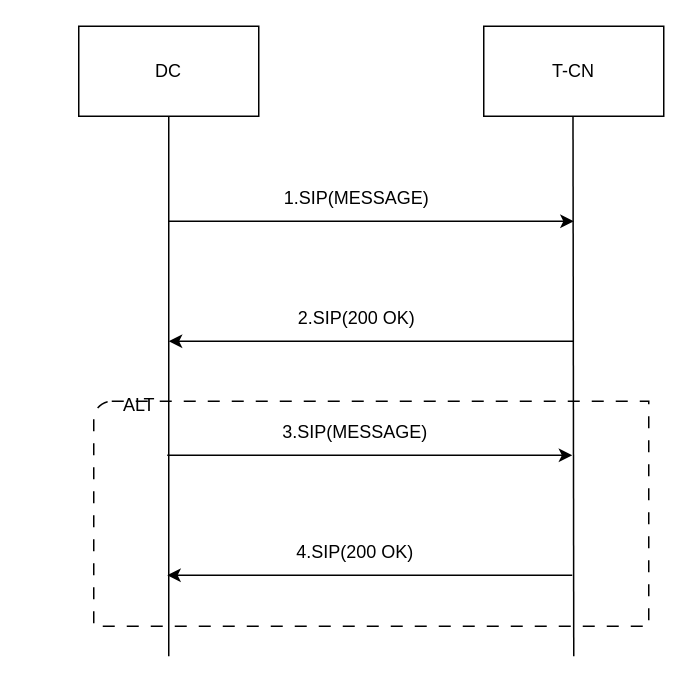
The draw.io diagram ids/动态重组.drawio in flyaonj/flowchart, before the edit. Source tidied: cells renumbered, new cells numbered last; positions are measured from the earlier drawing's top-left corner, leaving out a move shared by most shapes. Both pictures are drawn from the tidied source at 150%, with x=0, y=0 at pixel (78, 26).
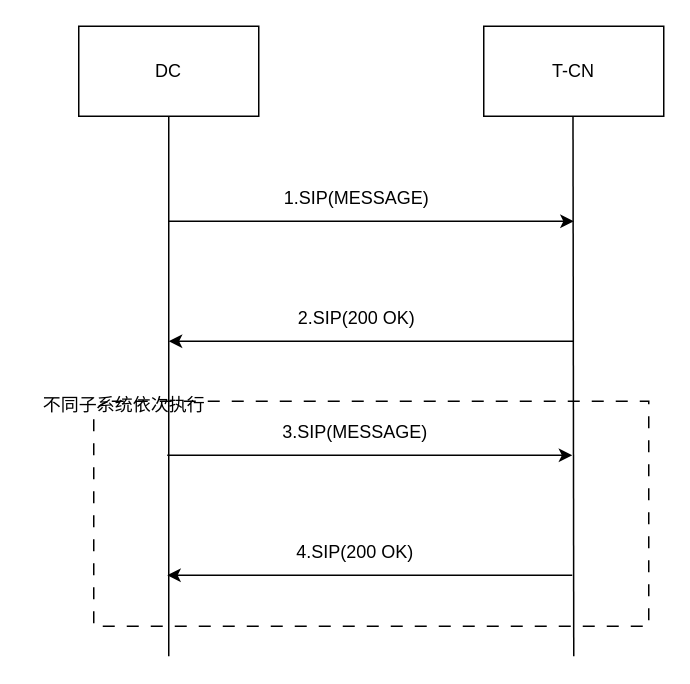
After the change.

Commit message:
更新动态重组.drawio

What changed in the source:
```diff
@@
-    <mxCell id="15" value="ALT" style="text;html=1;align=center;verticalAlign=middle;strokeColor=none;fillColor=none;" parent="1" vertex="1">
-      <mxGeometry x="20" y="238" width="40" height="30" as="geometry" />
-    </mxCell>
+    <mxCell id="16" value="不同子系统依次执行" style="text;html=1;align=center;verticalAlign=middle;strokeColor=none;fillColor=none;" parent="1" vertex="1">
+      <mxGeometry x="-35" y="238" width="130" height="30" as="geometry" />
+    </mxCell>
```
